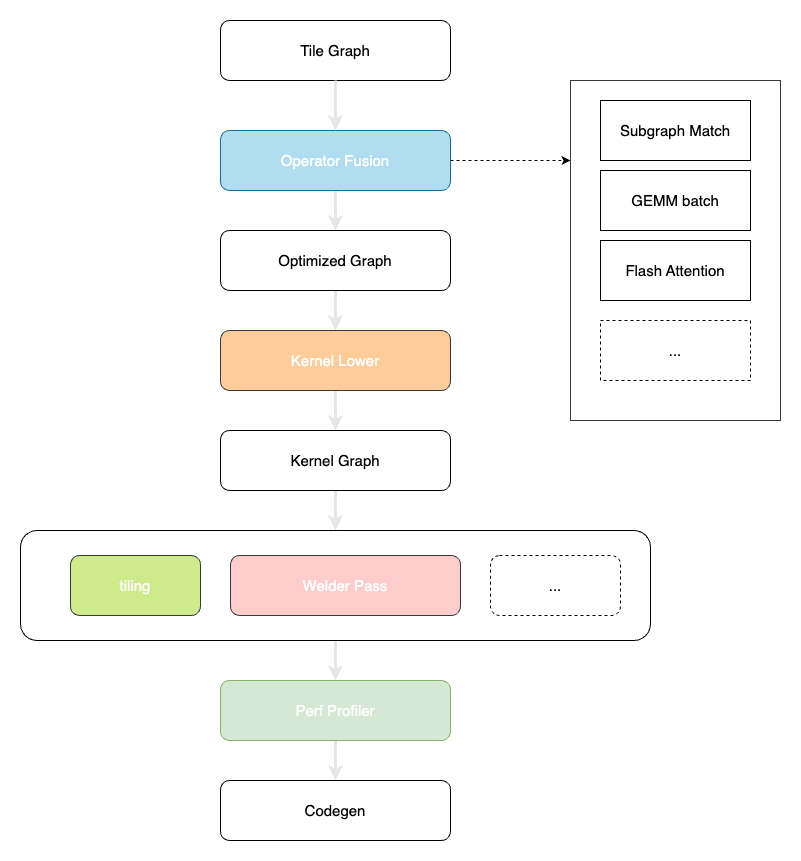
Earlier version of the draw.io export docs/tilegraph.png (KuangjuX/TileGraph). Source tidied: cells renumbered, new cells last; positions are measured from the earlier drawing's top-left corner, leaving out a move shared by most shapes.
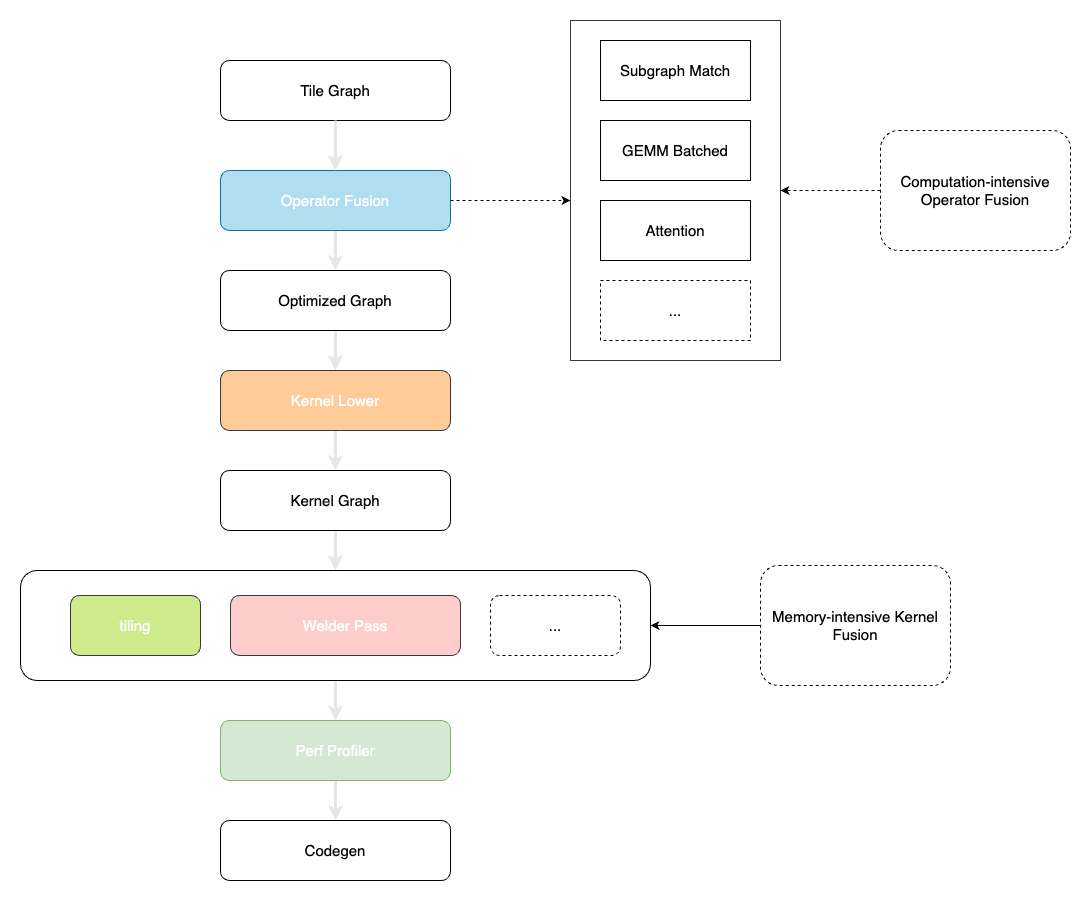
Above is the later version.

The edit, as a diff of the source:
```diff
@@ -36,16 +36,16 @@
       </mxGeometry>
     </mxCell>
     <mxCell id="12" style="rounded=0;whiteSpace=wrap;html=1;fillColor=#FFFFFF;strokeColor=#36393d;" parent="1" vertex="1">
-      <mxGeometry x="550" y="60" width="210" height="340" as="geometry" />
+      <mxGeometry x="550" y="-40" width="210" height="340" as="geometry" />
     </mxCell>
     <mxCell id="13" value="&lt;font style=&quot;font-size: 15px;&quot;&gt;Subgraph Match&lt;/font&gt;" style="rounded=0;whiteSpace=wrap;html=1;" parent="1" vertex="1">
-      <mxGeometry x="580" y="80" width="150" height="60" as="geometry" />
+      <mxGeometry x="580" y="-20" width="150" height="60" as="geometry" />
     </mxCell>
-    <mxCell id="14" value="&lt;span style=&quot;font-size: 15px;&quot;&gt;GEMM batch&lt;/span&gt;" style="rounded=0;whiteSpace=wrap;html=1;" parent="1" vertex="1">
-      <mxGeometry x="580" y="150" width="150" height="60" as="geometry" />
+    <mxCell id="14" value="&lt;span style=&quot;font-size: 15px;&quot;&gt;GEMM Batched&lt;/span&gt;" style="rounded=0;whiteSpace=wrap;html=1;" parent="1" vertex="1">
+      <mxGeometry x="580" y="60" width="150" height="60" as="geometry" />
     </mxCell>
-    <mxCell id="15" value="&lt;span style=&quot;font-size: 15px;&quot;&gt;Flash Attention&lt;/span&gt;" style="rounded=0;whiteSpace=wrap;html=1;" parent="1" vertex="1">
-      <mxGeometry x="580" y="220" width="150" height="60" as="geometry" />
+    <mxCell id="15" value="&lt;span style=&quot;font-size: 15px;&quot;&gt;Attention&lt;/span&gt;" style="rounded=0;whiteSpace=wrap;html=1;" parent="1" vertex="1">
+      <mxGeometry x="580" y="140" width="150" height="60" as="geometry" />
     </mxCell>
     <mxCell id="16" style="edgeStyle=orthogonalEdgeStyle;rounded=0;jettySize=auto;html=1;strokeWidth=3;strokeColor=#E6E6E6;" parent="1" edge="1" source="17" target="19">
       <mxGeometry relative="1" as="geometry" />
@@ -69,7 +69,7 @@
       <mxGeometry x="470" y="535" width="130" height="60" as="geometry" />
     </mxCell>
     <mxCell id="23" value="&lt;span style=&quot;font-size: 15px;&quot;&gt;...&lt;/span&gt;" style="rounded=0;whiteSpace=wrap;html=1;dashed=1;" parent="1" vertex="1">
-      <mxGeometry x="580" y="300" width="150" height="60" as="geometry" />
+      <mxGeometry x="580" y="220" width="150" height="60" as="geometry" />
     </mxCell>
     <mxCell id="24" style="edgeStyle=orthogonalEdgeStyle;rounded=0;jettySize=auto;html=1;strokeWidth=3;strokeColor=#E6E6E6;" parent="1" edge="1" source="25" target="26">
       <mxGeometry relative="1" as="geometry" />
@@ -80,5 +80,20 @@
     <mxCell id="26" value="&lt;span style=&quot;font-size: 15px;&quot;&gt;Codegen&lt;/span&gt;" style="rounded=1;whiteSpace=wrap;html=1;shadow=0;" parent="1" vertex="1">
       <mxGeometry x="200" y="760" width="230" height="60" as="geometry" />
     </mxCell>
+    <mxCell id="27" style="edgeStyle=orthogonalEdgeStyle;rounded=0;orthogonalLoop=1;jettySize=auto;html=1;exitX=0.5;exitY=1;exitDx=0;exitDy=0;" parent="1" edge="1" source="23" target="23">
+      <mxGeometry relative="1" as="geometry" />
+    </mxCell>
+    <mxCell id="28" style="edgeStyle=orthogonalEdgeStyle;rounded=0;jettySize=auto;html=1;dashed=1;" parent="1" edge="1" source="29" target="12">
+      <mxGeometry relative="1" as="geometry" />
+    </mxCell>
+    <mxCell id="29" value="&lt;font style=&quot;font-size: 15px;&quot;&gt;Computation-intensive Operator Fusion&lt;/font&gt;" style="rounded=1;whiteSpace=wrap;html=1;dashed=1;shadow=0;glass=0;" parent="1" vertex="1">
+      <mxGeometry x="860" y="70" width="190" height="120" as="geometry" />
+    </mxCell>
+    <mxCell id="30" style="edgeStyle=orthogonalEdgeStyle;rounded=0;jettySize=auto;html=1;" parent="1" edge="1" source="31" target="19">
+      <mxGeometry relative="1" as="geometry" />
+    </mxCell>
+    <mxCell id="31" value="&lt;font style=&quot;font-size: 15px;&quot;&gt;Memory-intensive Kernel Fusion&lt;/font&gt;" style="rounded=1;whiteSpace=wrap;html=1;dashed=1;shadow=0;glass=0;" parent="1" vertex="1">
+      <mxGeometry x="740" y="505" width="190" height="120" as="geometry" />
+    </mxCell>
   </root>
 </mxGraphModel>
```
